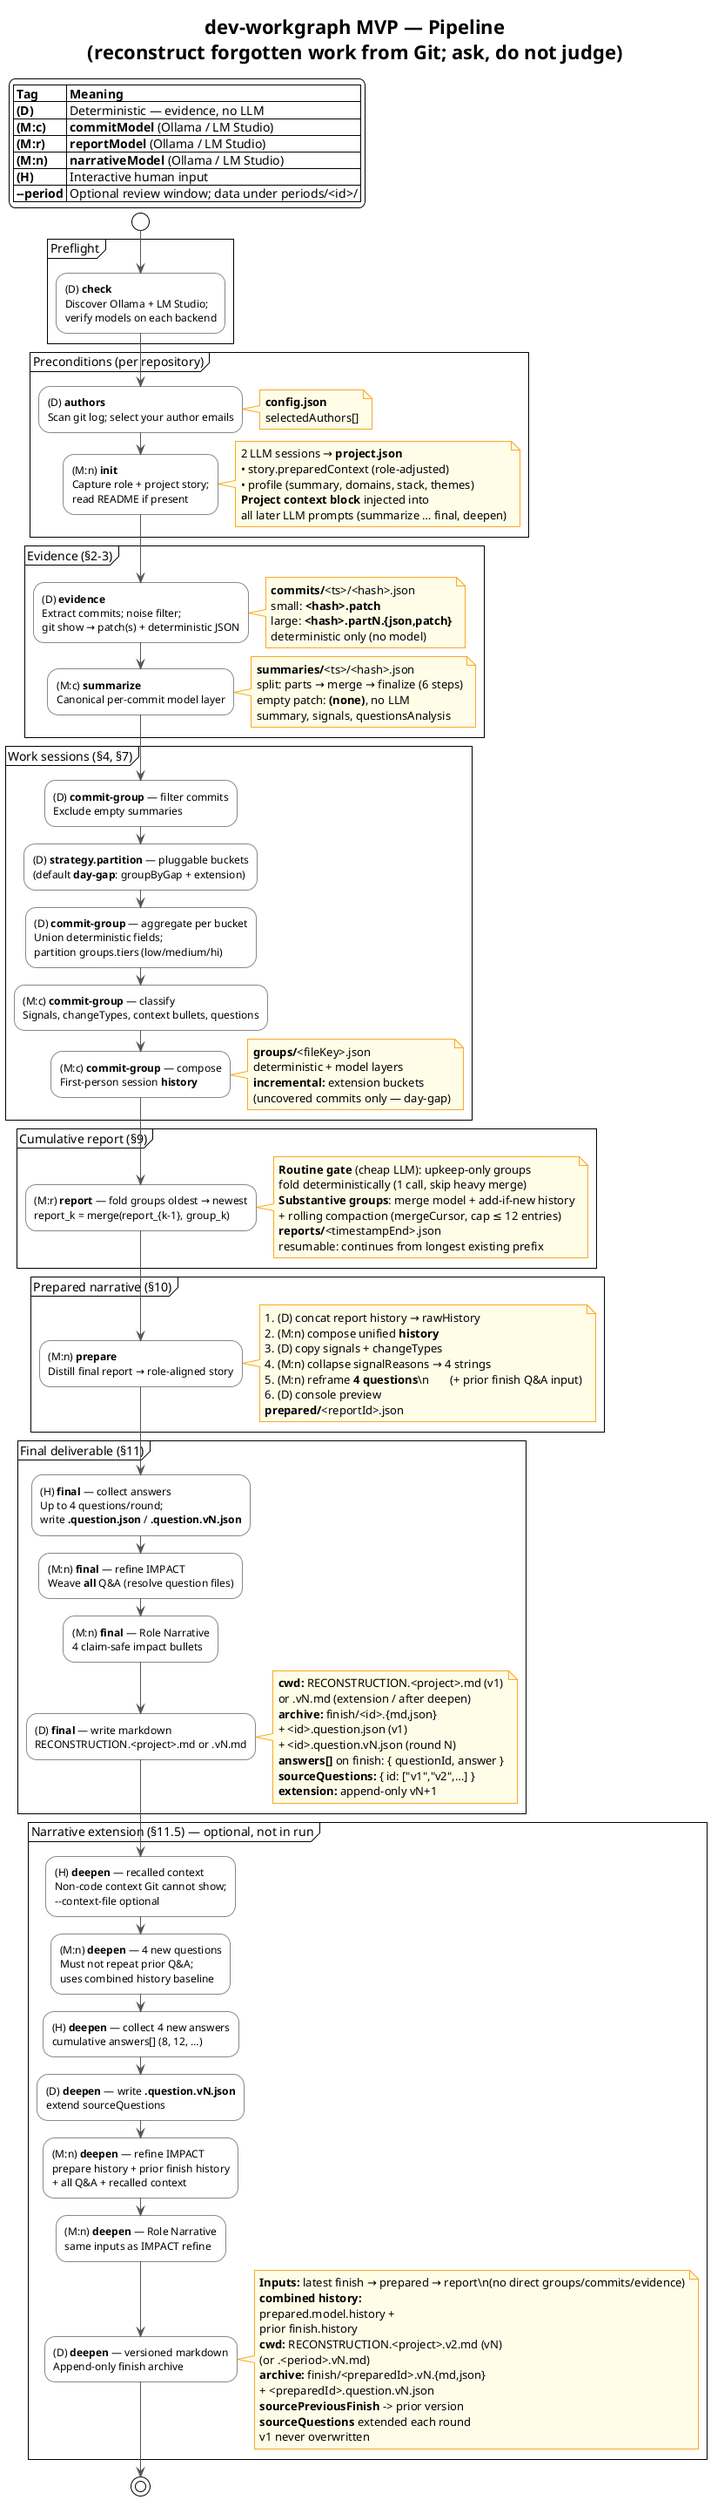
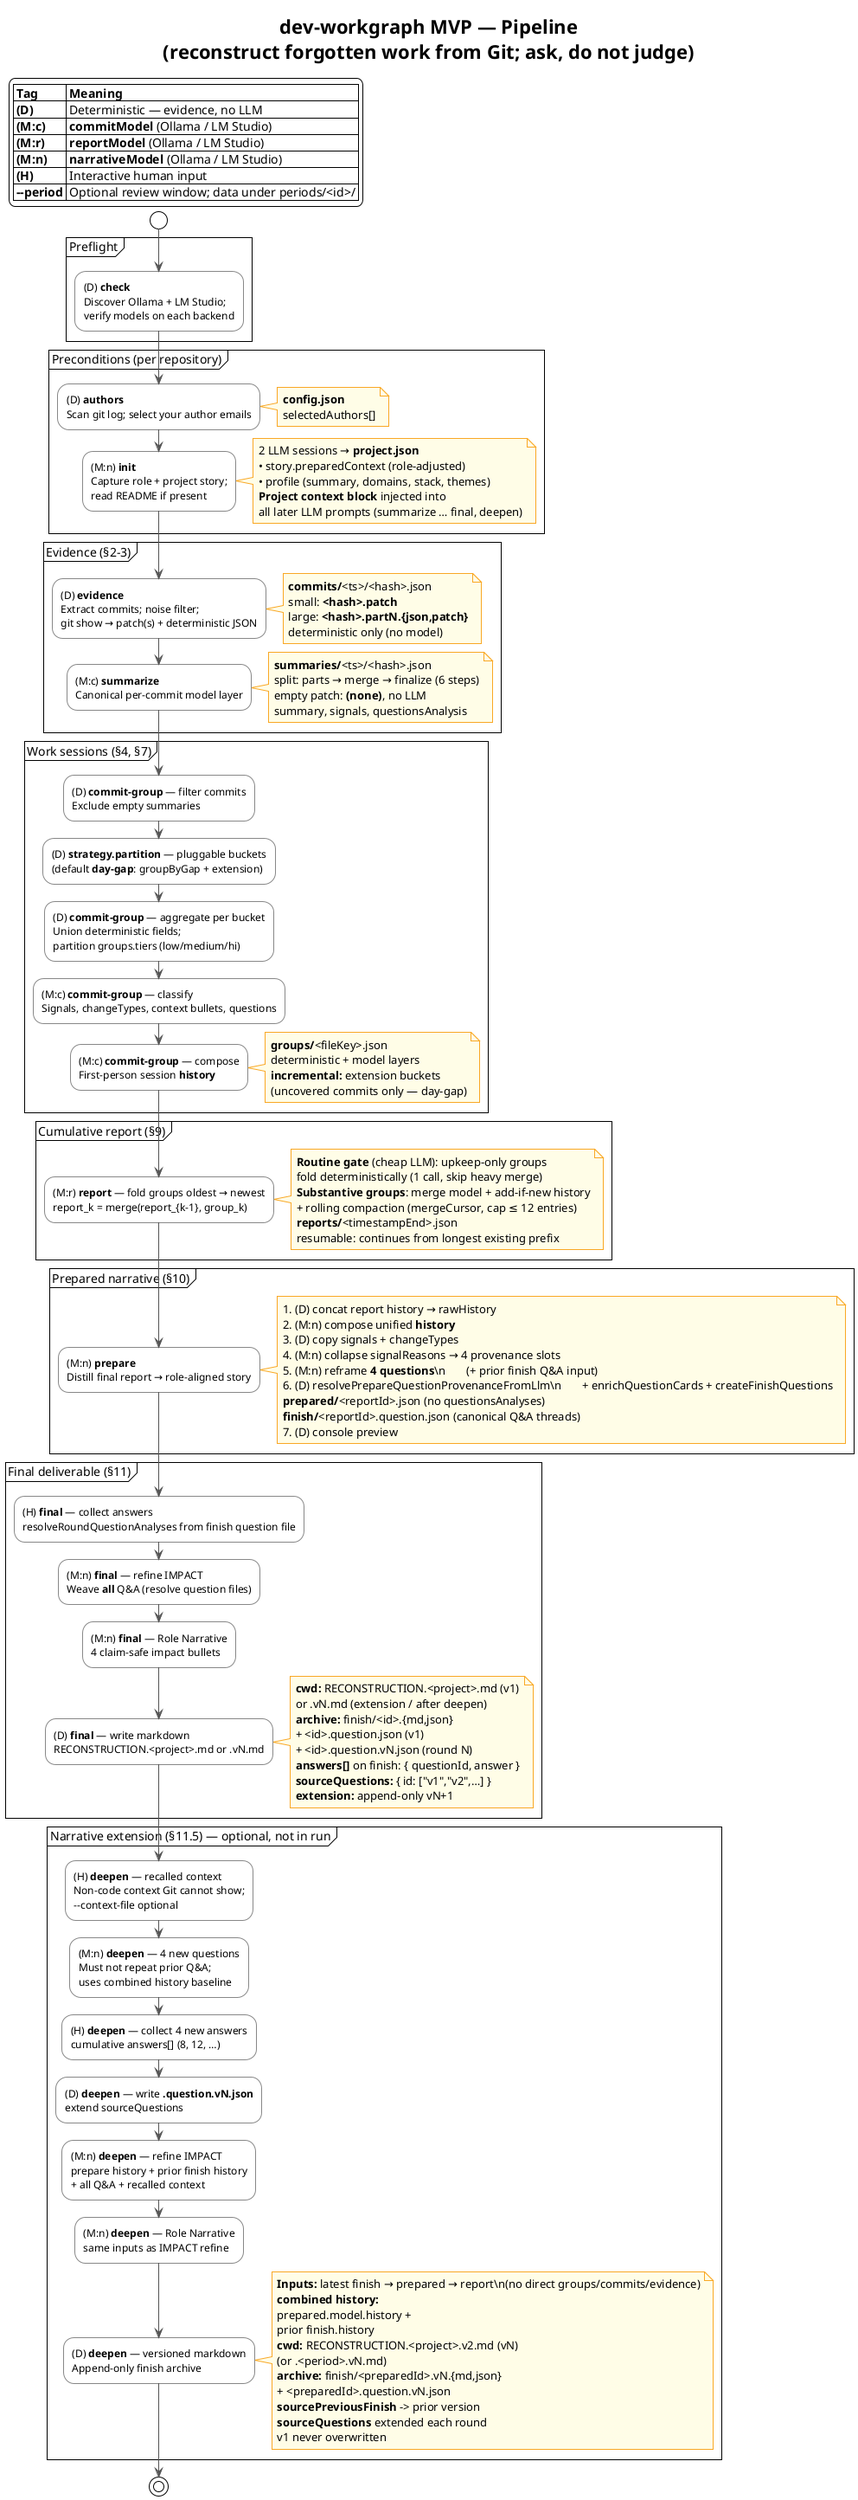
@startuml dev-workgraph-pipeline
!theme plain
skinparam shadowing false
skinparam ArrowColor #555555
skinparam ActivityBorderColor #888888
skinparam NoteBackgroundColor #FFFDE7
skinparam NoteBorderColor #F9A825

title dev-workgraph MVP — Pipeline\n(reconstruct forgotten work from Git; ask, do not judge)

legend top left
  |= Tag |= Meaning |
  | **(D)** | Deterministic — evidence, no LLM |
  | **(M:c)** | **commitModel** (Ollama / LM Studio) |
  | **(M:r)** | **reportModel** (Ollama / LM Studio) |
  | **(M:n)** | **narrativeModel** (Ollama / LM Studio) |
  | **(H)** | Interactive human input |
  | **--period** | Optional review window; data under periods/<id>/ |
endlegend

start

partition "Preflight" {
  :(D) **check**\nDiscover Ollama + LM Studio;\nverify models on each backend;
}

partition "Preconditions (per repository)" {
  :(D) **authors**\nScan git log; select your author emails;
  note right
    **config.json**
    selectedAuthors[]
  end note

  :(M:n) **init**\nCapture role + project story;\nread README if present;
  note right
    2 LLM sessions → **project.json**
    • story.preparedContext (role-adjusted)
    • profile (summary, domains, stack, themes)
    **Project context block** injected into
    all later LLM prompts (summarize … final, deepen)
  end note
}

partition "Evidence (§2–3)" {
  :(D) **evidence**\nExtract commits; noise filter;\ngit show → patch(s) + deterministic JSON;
  note right
    **commits/**<ts>/<hash>.json
    small: **<hash>.patch**
    large: **<hash>.partN.{json,patch}**
    deterministic only (no model)
  end note

  :(M:c) **summarize**\nCanonical per-commit model layer;
  note right
    **summaries/**<ts>/<hash>.json
    split: parts → merge → finalize (6 steps)
    empty patch: **(none)**, no LLM
    summary, signals, questionsAnalysis
  end note
}

partition "Work sessions (§4, §7)" {
  :(D) **commit-group** — filter commits\nExclude empty summaries;
  :(D) **strategy.partition** — pluggable buckets\n(default **day-gap**: groupByGap + extension);
  :(D) **commit-group** — aggregate per bucket\nUnion deterministic fields;\npartition groups.tiers (low/medium/hi);
  :(M:c) **commit-group** — classify\nSignals, changeTypes, context bullets, questions;
  :(M:c) **commit-group** — compose\nFirst-person session **history**;
  note right
    **groups/**<fileKey>.json
    deterministic + model layers
    **incremental:** extension buckets
    (uncovered commits only — day-gap)
  end note
}

partition "Cumulative report (§9)" {
  :(M:r) **report** — fold groups oldest → newest\nreport_k = merge(report_{k-1}, group_k);
  note right
    **Routine gate** (cheap LLM): upkeep-only groups
    fold deterministically (1 call, skip heavy merge)
    **Substantive groups**: merge model + add-if-new history
    + rolling compaction (mergeCursor, cap ≤ 12 entries)
    **reports/**<timestampEnd>.json
    resumable: continues from longest existing prefix
  end note
}

partition "Prepared narrative (§10)" {
  :(M:n) **prepare**\nDistill final report → role-aligned story;
  note right
    1. (D) concat report history → rawHistory
    2. (M:n) compose unified **history**
    3. (D) copy signals + changeTypes
-     4. (M:n) collapse signalReasons → 4 strings
+     4. (M:n) collapse signalReasons → 4 provenance slots
    5. (M:n) reframe **4 questions**\n       (+ prior finish Q&A input)
-     6. (D) console preview
-     **prepared/**<reportId>.json
+     6. (D) resolvePrepareQuestionProvenanceFromLlm\n       + enrichQuestionCards + createFinishQuestions
+     **prepared/**<reportId>.json (no questionsAnalyses)
+     **finish/**<reportId>.question.json (canonical Q&A threads)
+     7. (D) console preview
  end note
}

partition "Final deliverable (§11)" {
-   :(H) **final** — collect answers\nUp to 4 questions/round;\nwrite **.question.json** / **.question.vN.json**;
+   :(H) **final** — collect answers\nresolveRoundQuestionAnalyses from finish question file;
  :(M:n) **final** — refine IMPACT\nWeave **all** Q&A (resolve question files);
  :(M:n) **final** — Role Narrative\n4 claim-safe impact bullets;
  :(D) **final** — write markdown\nRECONSTRUCTION.<project>.md or .vN.md;
  note right
    **cwd:** RECONSTRUCTION.<project>.md (v1)
    or .vN.md (extension / after deepen)
    **archive:** finish/<id>.{md,json}
    + <id>.question.json (v1)
    + <id>.question.vN.json (round N)
    **answers[]** on finish: { questionId, answer }
    **sourceQuestions:** { id: ["v1","v2",…] }
    **extension:** append-only vN+1
  end note
}

partition "Narrative extension (§11.5) — optional, not in run" {
  :(H) **deepen** — recalled context\nNon-code context Git cannot show;\n--context-file optional;
  :(M:n) **deepen** — 4 new questions\nMust not repeat prior Q&A;\nuses combined history baseline;
  :(H) **deepen** — collect 4 new answers\ncumulative answers[] (8, 12, …);
  :(D) **deepen** — write **.question.vN.json**\nextend sourceQuestions;
  :(M:n) **deepen** — refine IMPACT\nprepare history + prior finish history\n+ all Q&A + recalled context;
  :(M:n) **deepen** — Role Narrative\nsame inputs as IMPACT refine;
  :(D) **deepen** — versioned markdown\nAppend-only finish archive;
  note right
    **Inputs:** latest finish → prepared → report\n(no direct groups/commits/evidence)
    **combined history:**
    prepared.model.history +
    prior finish.history
    **cwd:** RECONSTRUCTION.<project>.v2.md (vN)
    (or .<period>.vN.md)
    **archive:** finish/<preparedId>.vN.{md,json}
    + <preparedId>.question.vN.json
    **sourcePreviousFinish** -> prior version
    **sourceQuestions** extended each round
    v1 never overwritten
  end note
}

stop

@enduml


@startuml dev-workgraph-run-orchestrator
!theme plain
skinparam shadowing false

title dev-workgraph — **run** / **run:period** orchestrator

participant "CLI" as CLI
participant "check" as CHECK
participant "init" as INIT
participant "evidence" as EVID
participant "summarize" as SUM
participant "commit-group" as CG
participant "report" as REP
participant "prepare" as PRE
participant "final" as FIN
participant "Human" as H

CLI -> CHECK : preflight (abort if no LLM backend ready)
CLI -> CLI : gather upfront inputs\n(3 models, role+story, authors,\n**group strategy** if >1 registered)

alt run:period / --period <id>
  CLI -> CLI : scope all stages to periods/<id>/\ncommits filtered to [from, to)
end

CLI -> INIT : init [--period]
CLI -> EVID : evidence [--period]
CLI -> SUM : summarize [--period]
CLI -> CG : commit-group [--period]
CLI -> REP : report [--period]
CLI -> PRE : prepare [--period]

note over INIT, PRE
  Unattended stages skip work already done
  (append-only / extension groups / resumable report)
end note

CLI -> FIN : final [--period]
alt extension mode (new prepared + prior finish)
  FIN -> H : up to 4 **new** questions
  H --> FIN : new answers (merged with prior Q&A)
  FIN -> CLI : RECONSTRUCTION.<project>.vN.md + finish vN+1
else first run
  FIN -> H : 4 prepared questions
  H --> FIN : answers
  FIN -> CLI : RECONSTRUCTION.<project>.md + finish v1
end

note over FIN
  **deepen** (§11.5) is **not** part of run —
  run separately after final when the user
  remembers more non-code context
end note

@enduml


@startuml dev-workgraph-deepen
!theme plain
skinparam shadowing false

title dev-workgraph — **deepen** / **deepen --period** (§11.5)\nExtend latest finish; append-only versioning

participant "CLI" as CLI
database "finish/ (latest vN)" as FIN
database "prepared/" as PREP
database "project.json" as PJ
participant "deepen" as DEP
participant "Human" as H
participant "LLM\nnarrativeModel\nOllama | LM Studio" as LLM
database "finish/ vN+1" as FIN2
database "cwd RECONSTRUCTION.*.vN+1.md" as MD

CLI -> DEP : deepen ./repo [--period]

DEP -> FIN : latestFinish() — highest version
DEP -> PREP : via sourcePrepared
DEP -> PJ : project context block

DEP -> H : recalled context (editor)\n--context-file optional
H --> DEP : non-code context

DEP -> DEP : combine history\nprepare.model.history +\nprior finish.history

DEP -> LLM : 4 new follow-up questions\n(prior Q&A + recalled context)
LLM --> DEP : newQuestions x4

DEP -> H : 4 new questions (interactive)\n--answers-file optional
H --> DEP : new answers

DEP -> DEP : write <id>.question.vN.json\nextend sourceQuestions
DEP -> DEP : allQa = prior answers + new\n(resolve question files)

DEP -> LLM : refine IMPACT\n(combined history + allQa + recalled)
LLM --> DEP : impactHistory

DEP -> LLM : Role Narrative x4\n(impactHistory + signalReasons + allQa)
LLM --> DEP : narrative x4

DEP -> MD : RECONSTRUCTION.<project>.vN+1.md
DEP -> FIN2 : finish/<preparedId>.vN+1.{md,json}\n+ .question.vN+1.json\nsourcePreviousFinish, recalledContext,\ncumulative answers[], sourceQuestions

note over FIN, FIN2
  Never overwrites v1 or prior versions.
  Skip if next version file already exists.
end note

@enduml


@startuml dev-workgraph-data-layout
!theme plain
skinparam shadowing false
skinparam componentStyle rectangle

title dev-workgraph — On-disk data layout (~/.workgraph)

package "config.json (outside data dir)" {
  [repos.<abs-path>.role]
  [repos.<abs-path>.selectedAuthors]
  [repos.<abs-path>.commitGroupStrategy]
  [repos.<abs-path>.groupThresholdDays\n(day-gap strategy only)]
  [repos.<abs-path>.groupMaxCommits\n(day-gap strategy only)]
  [repos.<abs-path>.periods.<id> {from, to}]
  [llm.commit / report / narrative\n{provider, baseUrl, model}]
}

folder "data/repos/<repo-id>/" as REPO {
  file "project.json" as PJ
  folder "commits/<ts>/" as COMM {
    file "<hash>.json\n(evidence manifest)"
    file "<hash>.patch\n(or .partN.*)"
  }
  folder "summaries/<ts>/" as SUMM {
    file "<hash>.json\n(canonical model)"
    file "<hash>.partN.json\n(split audit)"
    file "<hash>.merge.json\n(split audit)"
  }
  folder "groups/" as GRP {
    file "<timestampEnd>.json"
  }
  folder "reports/" as RPT {
    file "<timestampEnd>.json"
  }
  folder "prepared/" as PREP {
-     file "<reportId>.json\n(questionsAnalyses only)"
+     file "<reportId>.json\n(history + signalReasons)"
  }
  folder "finish/" as FIN {
    file "<id>.md + .json\n(version 1, from final)"
-     file "<id>.question.json\n(v1 question text)"
+     file "<id>.question.json\n(v1 — questionsAnalyses\nwritten at prepare)"
    file "<id>.v2.md + .v2.json\n(deepen / extension)"
    file "<id>.question.v2.json\n(v2 questions)"
    file "<id>.vN…"
  }
  folder "periods/<period>/" as PER {
    note bottom
      Mirrors repo layout:
      project.json, commits/, groups/,
      reports/, prepared/, finish/
    end note
  }
}

PJ --> COMM : project context for LLM
COMM --> SUMM : evidence → summarize
SUMM --> GRP : canonical summaries
GRP --> RPT : fold chain
RPT --> PREP : latest report
- PREP --> FIN : prepared narrative\n(answers on finish only)
+ PREP --> FIN : prepared narrative
+ PREP --> FIN : finish question file\n(questionsAnalyses at prepare)
FIN --> FIN : deepen or extension final\n-> v2, v3, … (sourcePreviousFinish)

note bottom of REPO
  **export** bundles data/repos/<repo-id>/ + config entry → .tar.gz
  **import** restores bundle; **export/import** are data-only (no LLM)
end note

@enduml


@startuml dev-workgraph-evidence-principle
!theme plain
skinparam shadowing false

title dev-workgraph — Evidence vs interpretation vs missing context (§15)

rectangle "Human-provided (starting context)" #E3F2FD {
  card "project story (raw)" as RAW
  card "prepared story context" as PREP
  card "project profile" as PROF
  card "recalled context\n(deepen, §11.5)" as REC
}

rectangle "Evidence (trustworthy)" #E8F5E9 {
  card "commits + patches" as PATCH
  card "deterministic JSON\n(files, churn, areas, tiers)" as DET
}

rectangle "Interpretation (may be wrong;\nmust cite signal reasons)" #FFF3E0 {
  card "commit / group / report\nmodel summaries & signals" as MOD
  card "prepared narrative\n+ Role Narrative bullets" as NAR
}

rectangle "Primary product" #FCE4EC {
  card "**questions** -> finish/*.question.json\n+ human **answers** on finish archive" as Q
  card "**RECONSTRUCTION.<project>.md**" as OUT
  card "**RECONSTRUCTION.<project>.vN.md**\n(deepen, append-only)" as OUTV
}

RAW --> PREP
RAW --> PROF
PATCH --> DET
DET --> MOD
MOD --> NAR
MOD --> Q
Q --> OUT
REC --> Q : deepen: 4 new Q\n+ cumulative answers
REC --> NAR
Q --> OUTV : deepen / extension final\nrefines IMPACT + Role Narrative
PREP --> MOD
PROF --> MOD
NAR --> OUT
NAR --> OUTV

note bottom of OUT
  Never overclaim impact, ownership, or production usage.
  System reconstructs **what** changed and **where**;
  human confirms **why** and **whether it mattered**.
  **deepen** and **extension final** share the same vN chain.
end note

@enduml
